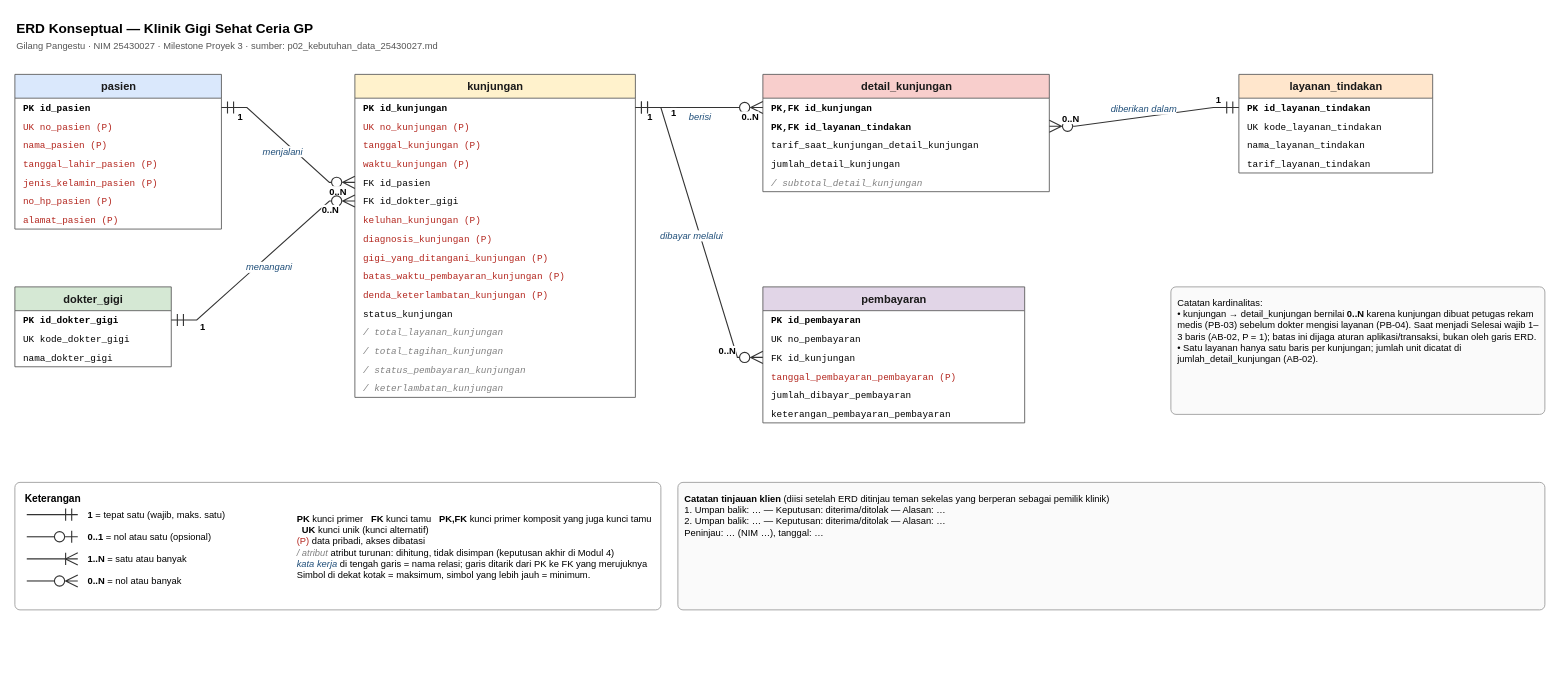
GilangPangestu098/basisdata-25430027 keeps this draw.io diagram as p03_erd_25430027.drawio. Above is the earlier version. Source tidied: cells renumbered, new cells numbered last; positions are measured from the earlier drawing's top-left corner, leaving out a move shared by most shapes. Both pictures are drawn from the tidied source at 85%, with x=0, y=0 at pixel (14, 14).
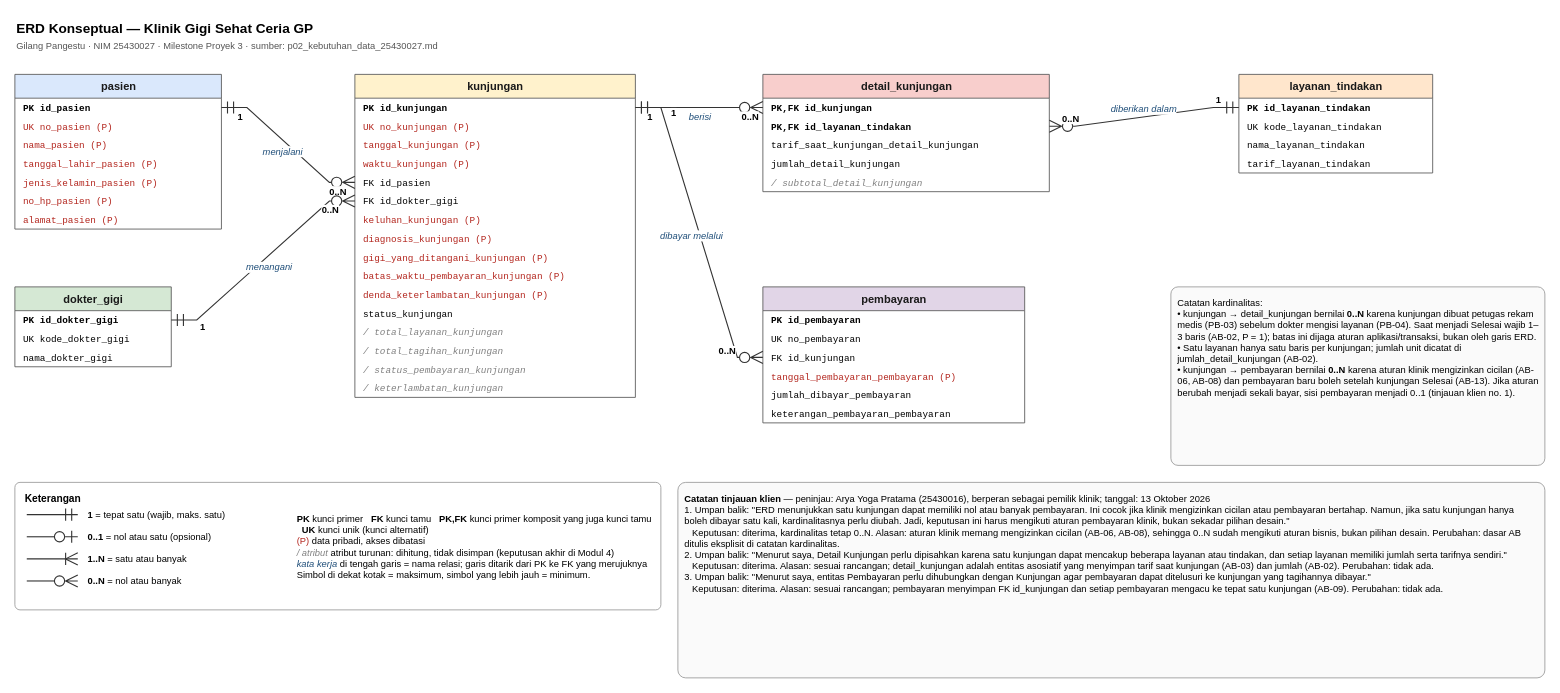
Above is the later version.

Commit message (it also covers changes not shown here):
p03: tinjauan klien dan laporan pertemuan 3

Diff of the diagram source:
```diff
@@
-    <mxCell id="70" value="Catatan kardinalitas:&lt;br&gt;• kunjungan → detail_kunjungan bernilai &lt;b&gt;0..N&lt;/b&gt; karena kunjungan dibuat petugas rekam medis (PB-03) sebelum dokter mengisi layanan (PB-04). Saat menjadi Selesai wajib 1–3 baris (AB-02, P = 1); batas ini dijaga aturan aplikasi/transaksi, bukan oleh garis ERD.&lt;br&gt;• Satu layanan hanya satu baris per kunjungan; jumlah unit dicatat di jumlah_detail_kunjungan (AB-02)." style="text;html=1;whiteSpace=wrap;align=left;verticalAlign=top;spacing=8;fontSize=11;strokeColor=#999999;fillColor=#fafafa;rounded=1;arcSize=4;" parent="1" vertex="1">
-      <mxGeometry x="1360" y="320" width="440" height="150" as="geometry" />
+    <mxCell id="70" value="Catatan kardinalitas:&lt;br&gt;• kunjungan → detail_kunjungan bernilai &lt;b&gt;0..N&lt;/b&gt; karena kunjungan dibuat petugas rekam medis (PB-03) sebelum dokter mengisi layanan (PB-04). Saat menjadi Selesai wajib 1–3 baris (AB-02, P = 1); batas ini dijaga aturan aplikasi/transaksi, bukan oleh garis ERD.&lt;br&gt;• Satu layanan hanya satu baris per kunjungan; jumlah unit dicatat di jumlah_detail_kunjungan (AB-02).&lt;br&gt;• kunjungan → pembayaran bernilai &lt;b&gt;0..N&lt;/b&gt; karena aturan klinik mengizinkan cicilan (AB-06, AB-08) dan pembayaran baru boleh setelah kunjungan Selesai (AB-13). Jika aturan berubah menjadi sekali bayar, sisi pembayaran menjadi 0..1 (tinjauan klien no. 1)." style="text;html=1;whiteSpace=wrap;align=left;verticalAlign=top;spacing=8;fontSize=11;strokeColor=#999999;fillColor=#fafafa;rounded=1;arcSize=4;" parent="1" vertex="1">
+      <mxGeometry x="1360" y="320" width="440" height="210" as="geometry" />
     </mxCell>
@@
-    <mxCell id="82" value="&lt;b&gt;Catatan tinjauan klien&lt;/b&gt; (diisi setelah ERD ditinjau teman sekelas yang berperan sebagai pemilik klinik)&lt;br&gt;1. Umpan balik: … — Keputusan: diterima/ditolak — Alasan: …&lt;br&gt;2. Umpan balik: … — Keputusan: diterima/ditolak — Alasan: …&lt;br&gt;Peninjau: … (NIM …), tanggal: …" style="text;html=1;whiteSpace=wrap;align=left;verticalAlign=top;spacing=8;fontSize=11;strokeColor=#999999;fillColor=#fafafa;rounded=1;arcSize=4;" parent="1" vertex="1">
-      <mxGeometry x="780" y="550" width="1020" height="150" as="geometry" />
+    <mxCell id="82" value="&lt;b&gt;Catatan tinjauan klien&lt;/b&gt; — peninjau: Arya Yoga Pratama (25430016), berperan sebagai pemilik klinik; tanggal: 13 Oktober 2026&lt;br&gt;1. Umpan balik: &quot;ERD menunjukkan satu kunjungan dapat memiliki nol atau banyak pembayaran. Ini cocok jika klinik mengizinkan cicilan atau pembayaran bertahap. Namun, jika satu kunjungan hanya boleh dibayar satu kali, kardinalitasnya perlu diubah. Jadi, keputusan ini harus mengikuti aturan pembayaran klinik, bukan sekadar pilihan desain.&quot;&lt;br&gt;&amp;nbsp;&amp;nbsp;&amp;nbsp;Keputusan: diterima, kardinalitas tetap 0..N. Alasan: aturan klinik memang mengizinkan cicilan (AB-06, AB-08), sehingga 0..N sudah mengikuti aturan bisnis, bukan pilihan desain. Perubahan: dasar AB ditulis eksplisit di catatan kardinalitas.&lt;br&gt;2. Umpan balik: &quot;Menurut saya, Detail Kunjungan perlu dipisahkan karena satu kunjungan dapat mencakup beberapa layanan atau tindakan, dan setiap layanan memiliki jumlah serta tarifnya sendiri.&quot;&lt;br&gt;&amp;nbsp;&amp;nbsp;&amp;nbsp;Keputusan: diterima. Alasan: sesuai rancangan; detail_kunjungan adalah entitas asosiatif yang menyimpan tarif saat kunjungan (AB-03) dan jumlah (AB-02). Perubahan: tidak ada.&lt;br&gt;3. Umpan balik: &quot;Menurut saya, entitas Pembayaran perlu dihubungkan dengan Kunjungan agar pembayaran dapat ditelusuri ke kunjungan yang tagihannya dibayar.&quot;&lt;br&gt;&amp;nbsp;&amp;nbsp;&amp;nbsp;Keputusan: diterima. Alasan: sesuai rancangan; pembayaran menyimpan FK id_kunjungan dan setiap pembayaran mengacu ke tepat satu kunjungan (AB-09). Perubahan: tidak ada." style="text;html=1;whiteSpace=wrap;align=left;verticalAlign=top;spacing=8;fontSize=11;strokeColor=#999999;fillColor=#fafafa;rounded=1;arcSize=4;" parent="1" vertex="1">
+      <mxGeometry x="780" y="550" width="1020" height="230" as="geometry" />
     </mxCell>
```
